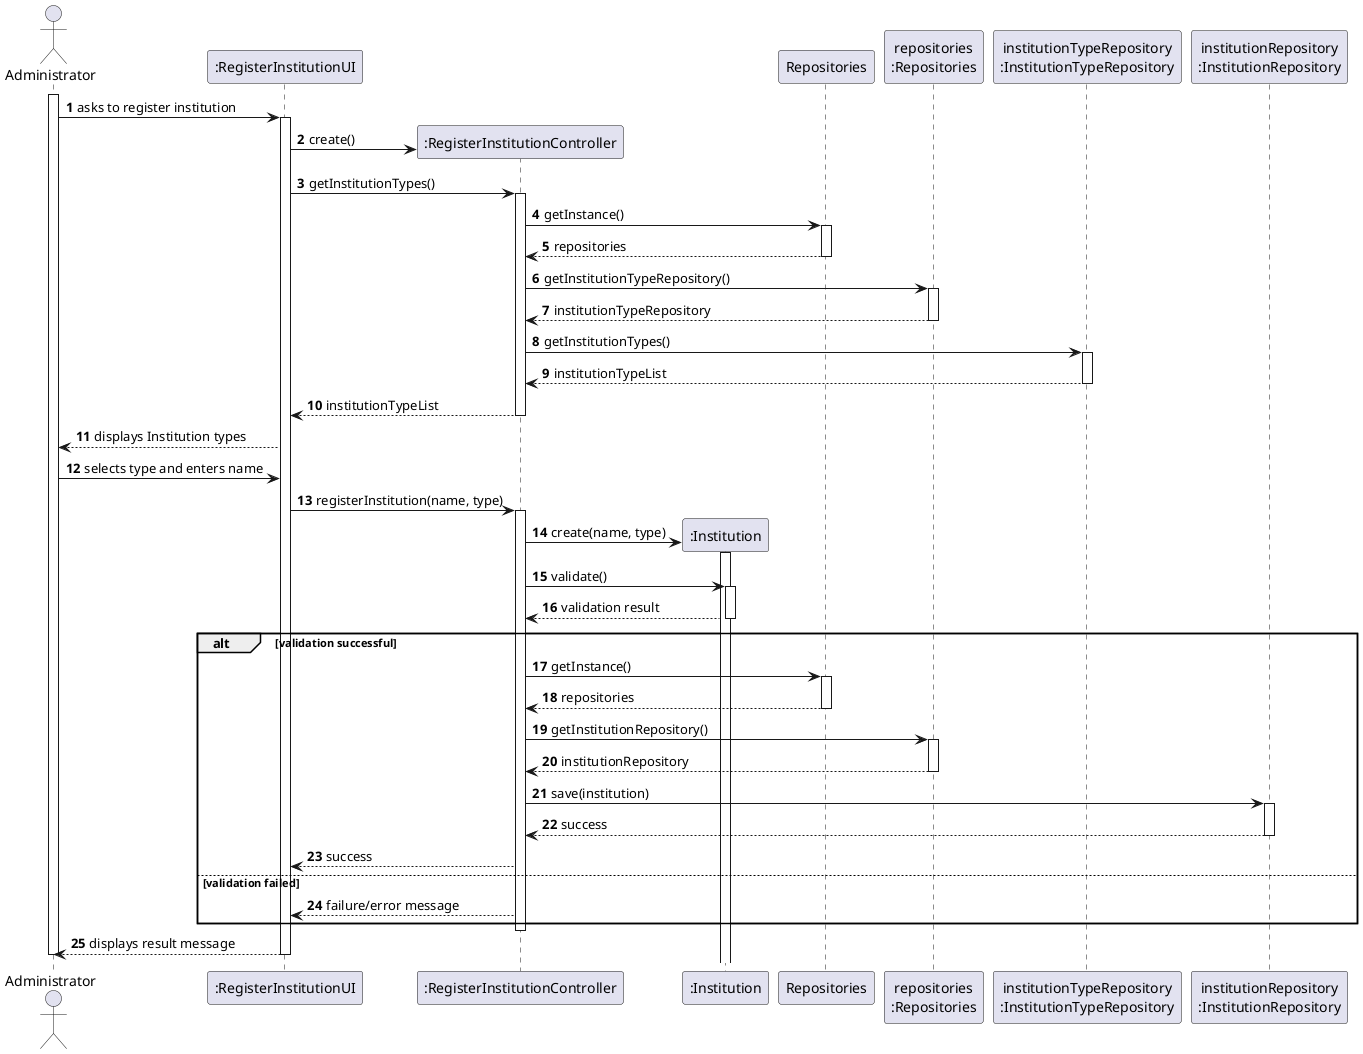
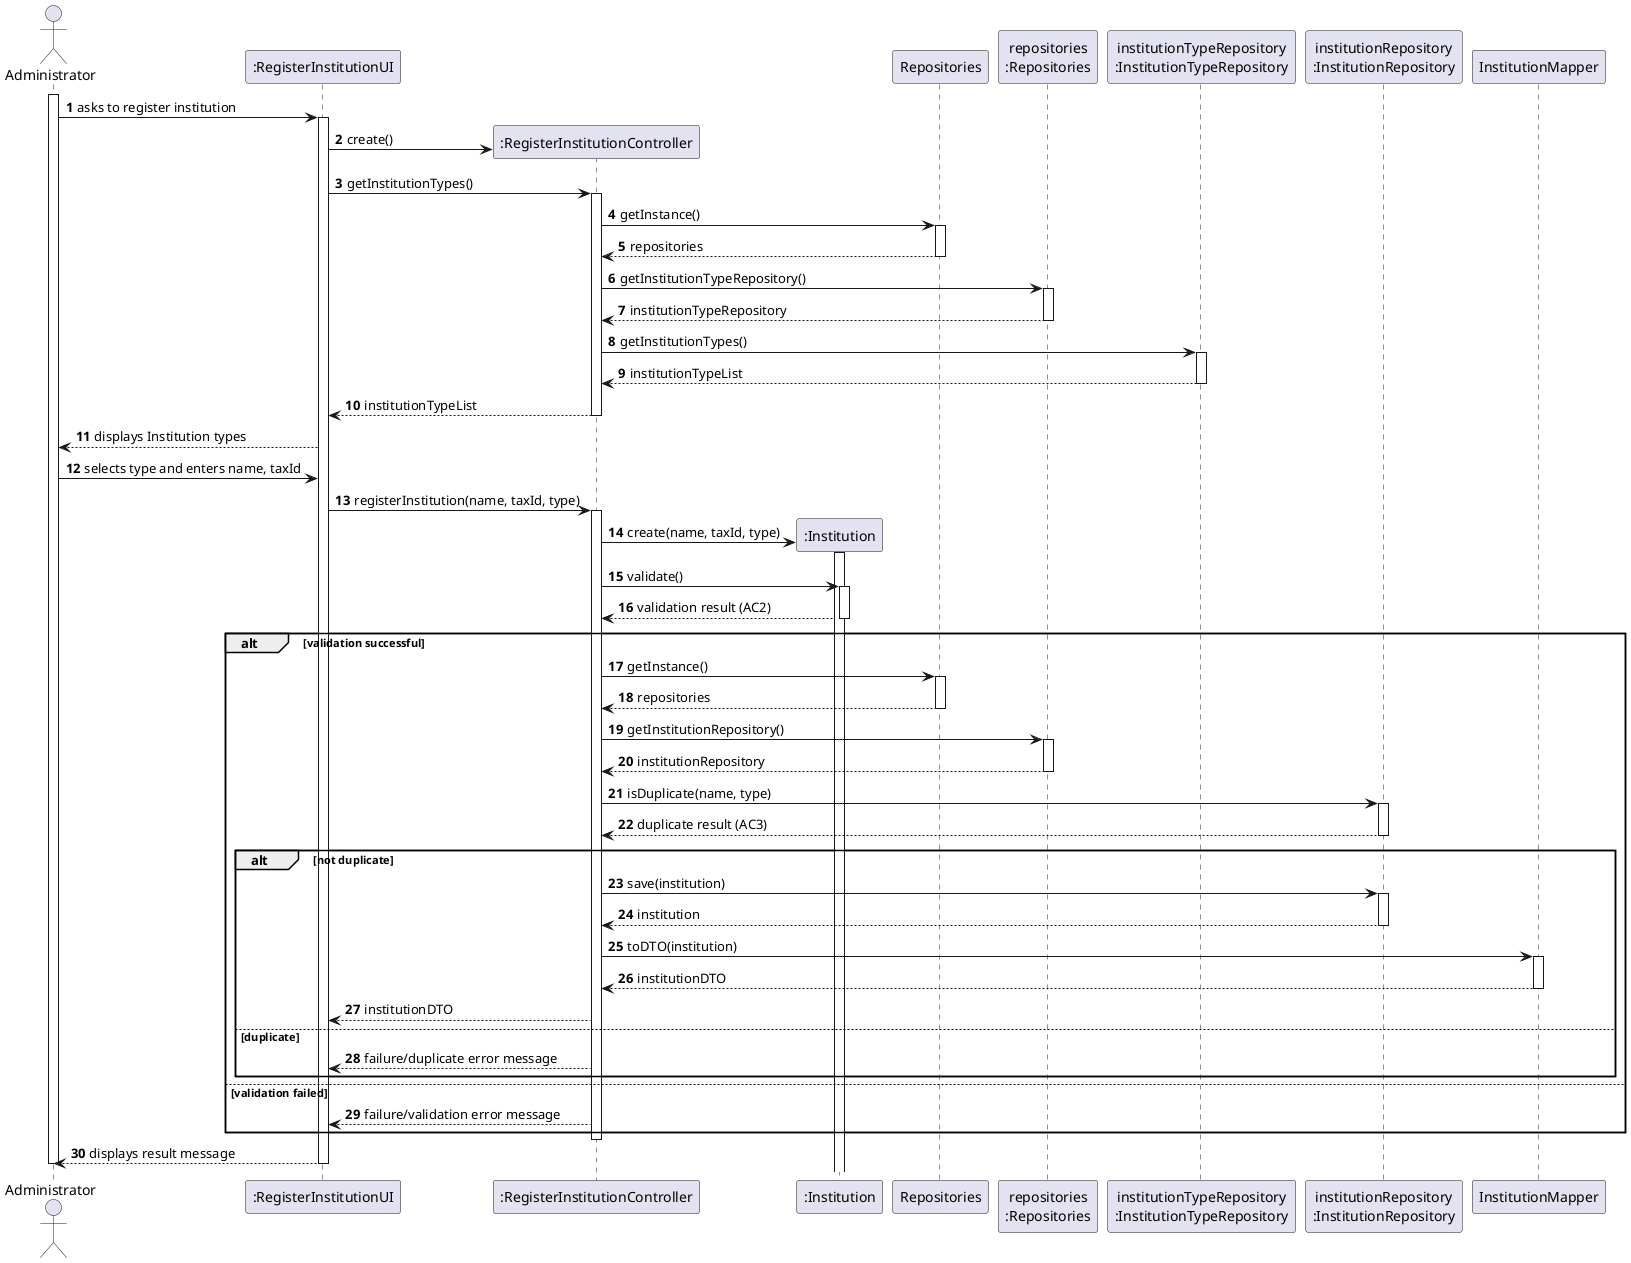
@startuml
skinparam packageStyle rectangle
skinparam shadowing false

autonumber

actor "Administrator" as ADMIN
participant ":RegisterInstitutionUI" as UI
participant ":RegisterInstitutionController" as CTRL
participant ":Institution" as INST
participant "Repositories" as REPOS
participant "repositories\n:Repositories" as REPOS_SINGLETON
participant "institutionTypeRepository\n:InstitutionTypeRepository" as TYPE_REPO
participant "institutionRepository\n:InstitutionRepository" as INST_REPO
+ participant "InstitutionMapper" as MAPPER

activate ADMIN

ADMIN -> UI : asks to register institution
activate UI

    UI -> CTRL** : create()

    UI -> CTRL : getInstitutionTypes()
    activate CTRL

        CTRL -> REPOS : getInstance()
        activate REPOS
            REPOS --> CTRL : repositories
        deactivate REPOS

        CTRL -> REPOS_SINGLETON : getInstitutionTypeRepository()
        activate REPOS_SINGLETON
            REPOS_SINGLETON --> CTRL : institutionTypeRepository
        deactivate REPOS_SINGLETON

        CTRL -> TYPE_REPO : getInstitutionTypes()
        activate TYPE_REPO
            TYPE_REPO --> CTRL : institutionTypeList
        deactivate TYPE_REPO

        CTRL --> UI : institutionTypeList
    deactivate CTRL

    UI --> ADMIN : displays Institution types

-     ADMIN -> UI : selects type and enters name
+     ADMIN -> UI : selects type and enters name, taxId

-         UI -> CTRL : registerInstitution(name, type)
+         UI -> CTRL : registerInstitution(name, taxId, type)
        activate CTRL

-             CTRL -> INST** : create(name, type)
+             CTRL -> INST** : create(name, taxId, type)
            activate INST
            deactivate INST

            CTRL -> INST : validate()
            activate INST
-                 INST --> CTRL : validation result
+                 INST --> CTRL : validation result (AC2)
            deactivate INST

            alt validation successful
                CTRL -> REPOS : getInstance()
                activate REPOS
                    REPOS --> CTRL : repositories
                deactivate REPOS

                CTRL -> REPOS_SINGLETON : getInstitutionRepository()
                activate REPOS_SINGLETON
                    REPOS_SINGLETON --> CTRL : institutionRepository
                deactivate REPOS_SINGLETON

-                 CTRL -> INST_REPO : save(institution)
+                 CTRL -> INST_REPO : isDuplicate(name, type)
                activate INST_REPO
-                     INST_REPO --> CTRL : success
+                     INST_REPO --> CTRL : duplicate result (AC3)
                deactivate INST_REPO

-                 CTRL --> UI : success
+                 alt not duplicate
+                     CTRL -> INST_REPO : save(institution)
+                     activate INST_REPO
+                         INST_REPO --> CTRL : institution
+                     deactivate INST_REPO
+ 
+                     CTRL -> MAPPER : toDTO(institution)
+                     activate MAPPER
+                         MAPPER --> CTRL : institutionDTO
+                     deactivate MAPPER
+ 
+                     CTRL --> UI : institutionDTO
+                 else duplicate
+                     CTRL --> UI : failure/duplicate error message
+                 end
            else validation failed
-                 CTRL --> UI : failure/error message
+                 CTRL --> UI : failure/validation error message
            end

        deactivate CTRL

    UI --> ADMIN : displays result message

deactivate UI
deactivate ADMIN

@enduml